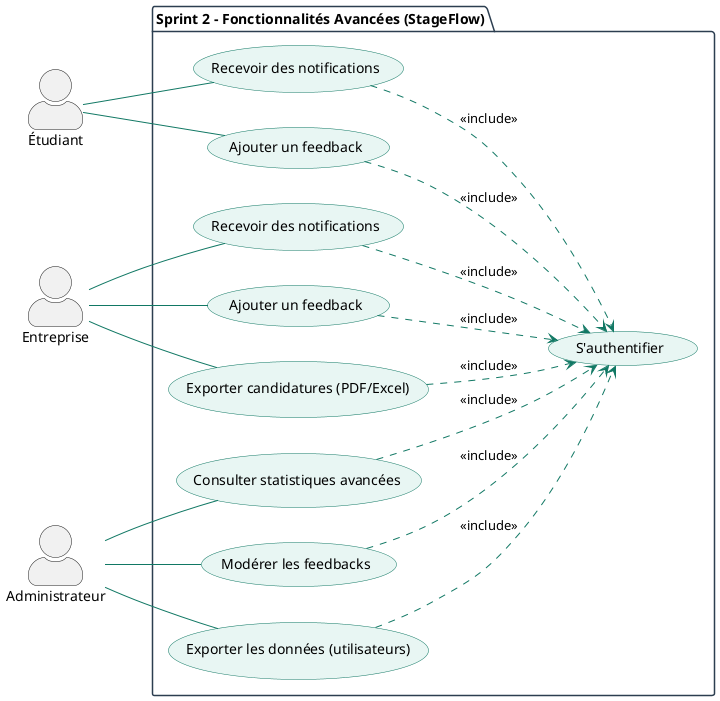
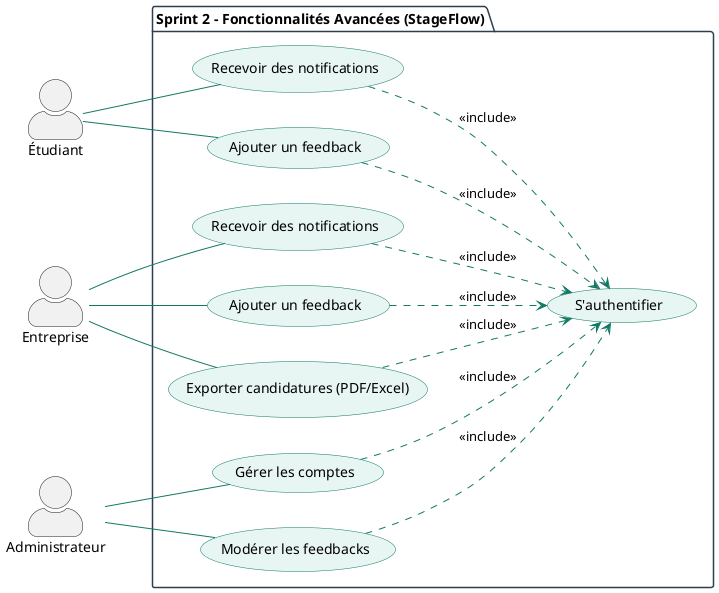
@startuml StageFlow_Sprint2
left to right direction
skinparam actorStyle awesome

skinparam package {
    BackgroundColor White
    BorderColor #2C3E50
}

skinparam usecase {
    BackgroundColor #E8F6F3
    BorderColor #117864
    ArrowColor #117864
}

actor "Étudiant" as E
actor "Entreprise" as Ent
actor "Administrateur" as Admin


package "Sprint 2 – Fonctionnalités Avancées (StageFlow)" {

    ' ========================
    ' Améliorations Étudiant
    ' ========================

        usecase "Recevoir des notifications" as UC1
        usecase "Ajouter un feedback" as UC6

    E -- UC1
    E -- UC6


    ' ========================
    ' Améliorations Entreprise
    ' ========================
        usecase "Recevoir des notifications" as UC2
        usecase "Ajouter un feedback" as UC7


    Ent -- UC2
    Ent -- UC7
    usecase "Exporter candidatures (PDF/Excel)" as UC4
    Ent -- UC4



    ' ========================
    ' Améliorations Administrateur
    ' ========================
-         usecase "Consulter statistiques avancées" as UC3
+         usecase "Gérer les comptes" as UC3
        usecase "Modérer les feedbacks" as UC8

    Admin -- UC3
    Admin -- UC8
-     usecase "Exporter les données (utilisateurs)" as UC5
-     Admin -- UC5

    usecase "S'authentifier" as Auth

UC1 ..> Auth : <<include>>
UC2 ..> Auth : <<include>>
UC3 ..> Auth : <<include>>
UC4 ..> Auth : <<include>>
- UC5 ..> Auth : <<include>>
UC6 ..> Auth : <<include>>
UC7 ..> Auth : <<include>>
UC8 ..> Auth : <<include>>

}

@enduml